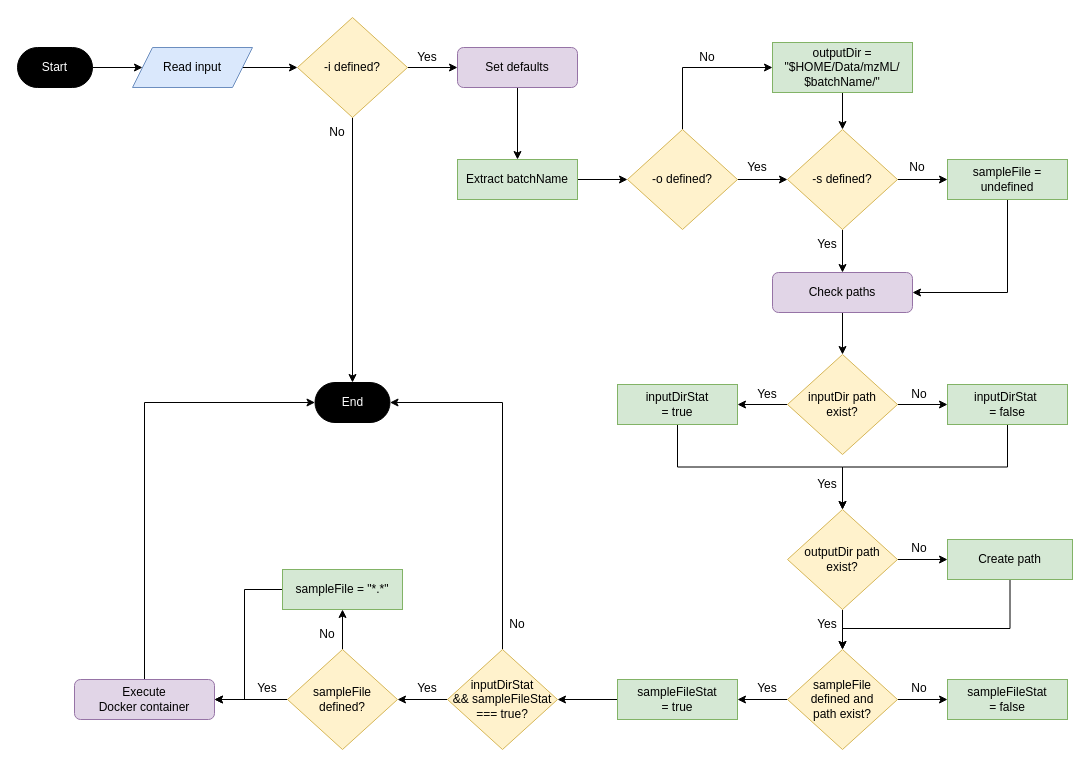
The draw.io diagram drawio/pwizConvert-flowchart.drawio in vimalnathnambiar/pwizConvert, before the edit. Source tidied: cells renumbered, new cells numbered last; positions are measured from the earlier drawing's top-left corner, leaving out a move shared by most shapes. Both pictures are drawn from the tidied source at 100%, with x=0, y=0 at pixel (17, 17).
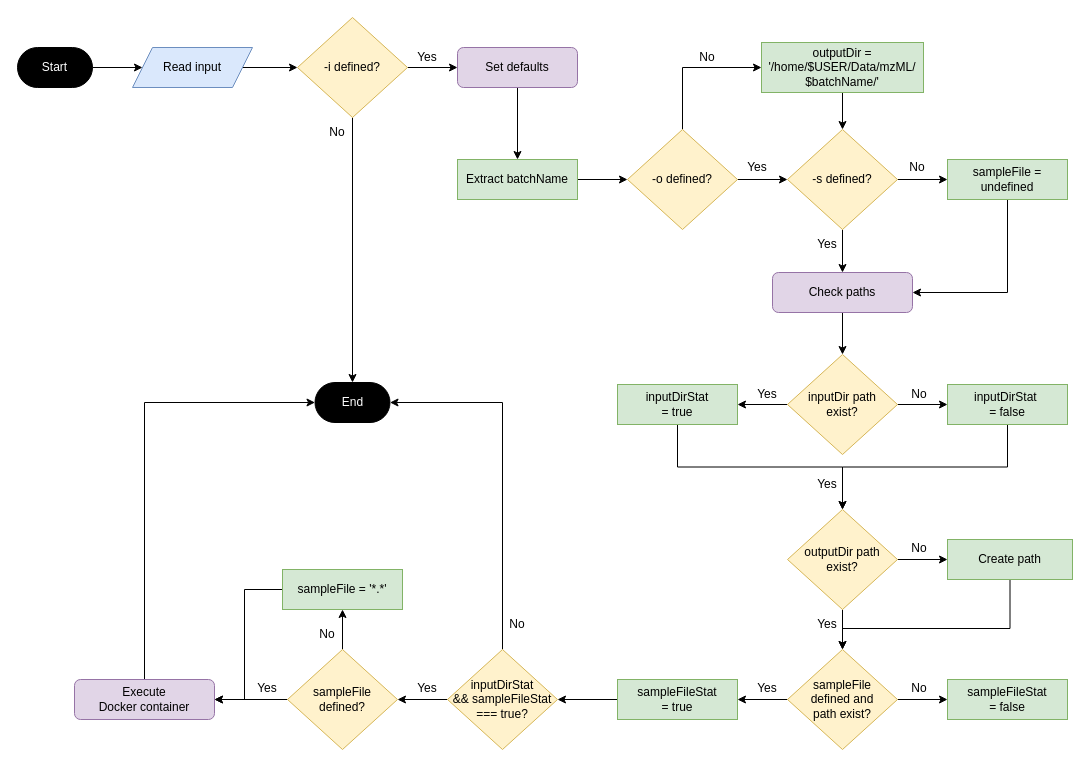
The same diagram, later.

What changed in the source:
```diff
@@
-    <mxCell id="23" value="outputDir =&lt;br&gt;&quot;$HOME/Data/mzML/&lt;br&gt;$batchName/&quot;" style="rounded=0;whiteSpace=wrap;html=1;fillColor=#d5e8d4;strokeColor=#82b366;" parent="1" vertex="1">
-      <mxGeometry x="755" y="25" width="140" height="50" as="geometry" />
+    <mxCell id="23" value="outputDir =&lt;br&gt;'/home/$USER/Data/mzML/&lt;br&gt;$batchName/'" style="rounded=0;whiteSpace=wrap;html=1;fillColor=#d5e8d4;strokeColor=#82b366;" parent="1" vertex="1">
+      <mxGeometry x="744" y="25" width="162" height="50" as="geometry" />
     </mxCell>
@@
-    <mxCell id="64" value="sampleFile = &quot;*.*&quot;" style="rounded=0;whiteSpace=wrap;html=1;fillColor=#d5e8d4;strokeColor=#82b366;" parent="1" vertex="1">
+    <mxCell id="64" value="sampleFile = '*.*'" style="rounded=0;whiteSpace=wrap;html=1;fillColor=#d5e8d4;strokeColor=#82b366;" parent="1" vertex="1">
       <mxGeometry x="265" y="552" width="120" height="40" as="geometry" />
     </mxCell>
```
